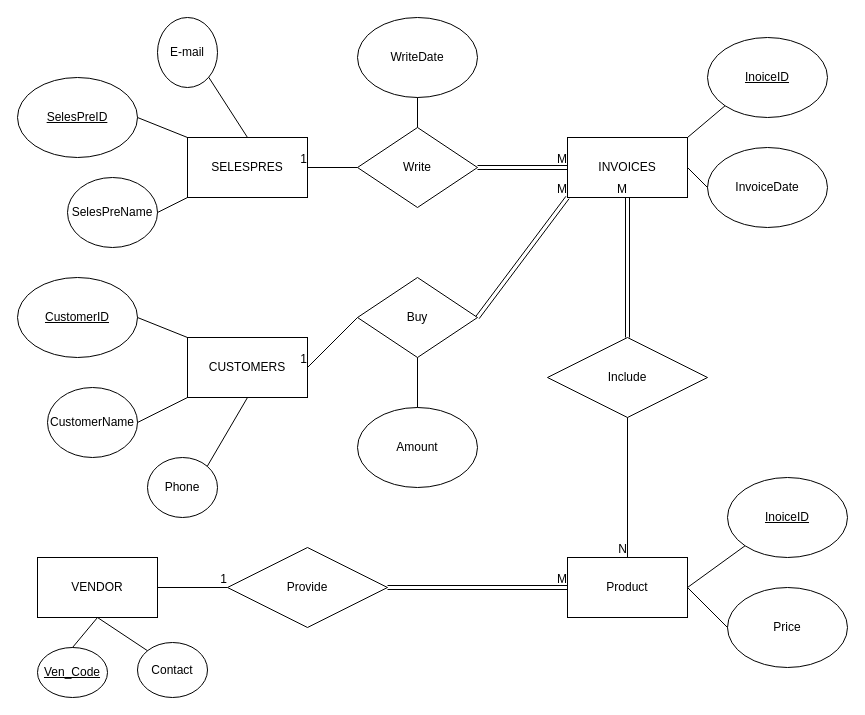
Earlier version of the draw.io diagram page "Bai1" (1 of 3) of 3rd semester/DBI202/Lab3.drawio (DuyDucLH/FPT-University). Source tidied: cells renumbered, new cells numbered last; positions are measured from the earlier drawing's top-left corner, leaving out a move shared by most shapes. Both pictures are drawn from the tidied source at 100%, with x=0, y=0 at pixel (17, 17).
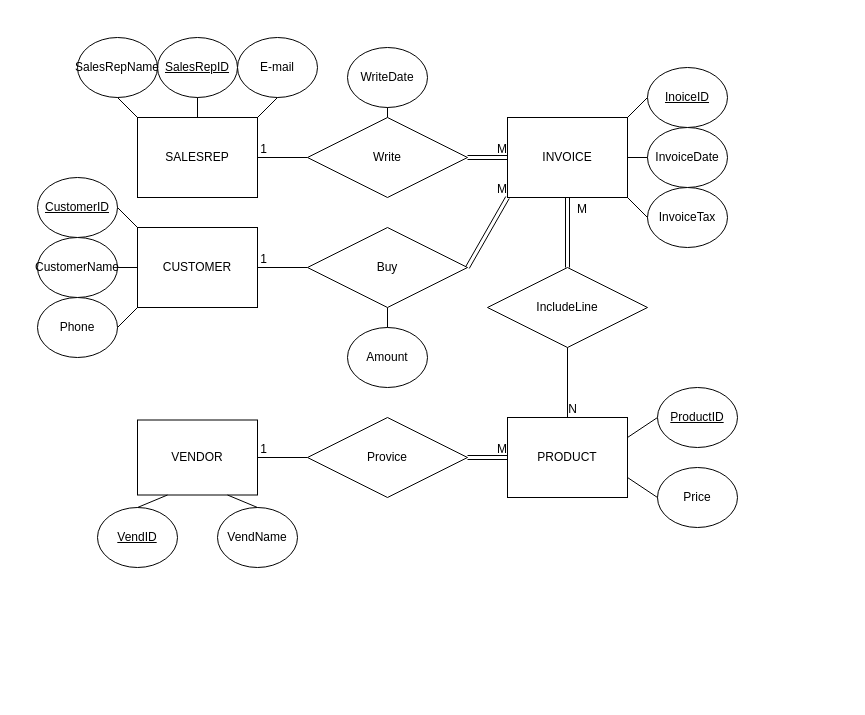
Above is the later version.

Unchanged cells that the change refers to:
```xml
<mxCell id="11" style="endArrow=none;html=1;rounded=0;entryX=1;entryY=0.5;entryDx=0;entryDy=0;exitX=0;exitY=0.5;exitDx=0;exitDy=0;" parent="1" edge="1" source="5" target="4">
  <mxGeometry relative="1" as="geometry" />
</mxCell>
<mxCell id="26" style="endArrow=none;html=1;rounded=0;entryX=1;entryY=0.5;entryDx=0;entryDy=0;exitX=0;exitY=0.5;exitDx=0;exitDy=0;" parent="1" edge="1" source="17" target="20">
  <mxGeometry relative="1" as="geometry" />
</mxCell>
<mxCell id="30" style="shape=link;html=1;rounded=0;entryX=0.5;entryY=1;entryDx=0;entryDy=0;exitX=0.5;exitY=0;exitDx=0;exitDy=0;" parent="1" edge="1" source="29" target="10">
  <mxGeometry relative="1" as="geometry" />
</mxCell>
```

The edit, as a diff of the source:
```diff
@@
-    <mxCell id="2" value="&lt;u&gt;SelesPreID&lt;/u&gt;" style="ellipse;whiteSpace=wrap;html=1;" parent="1" vertex="1">
-      <mxGeometry y="60" width="120" height="80" as="geometry" />
+    <mxCell id="2" value="&lt;u&gt;SalesRepID&lt;/u&gt;" style="ellipse;whiteSpace=wrap;html=1;" parent="1" vertex="1">
+      <mxGeometry x="140" y="20" width="80" height="60" as="geometry" />
     </mxCell>
-    <mxCell id="3" value="SelesPreName" style="ellipse;whiteSpace=wrap;html=1;" parent="1" vertex="1">
-      <mxGeometry x="50" y="160" width="90" height="70" as="geometry" />
+    <mxCell id="3" value="SalesRepName" style="ellipse;whiteSpace=wrap;html=1;" parent="1" vertex="1">
+      <mxGeometry x="60" y="20" width="80" height="60" as="geometry" />
     </mxCell>
-    <mxCell id="4" value="SELESPRES" style="rounded=0;whiteSpace=wrap;html=1;" parent="1" vertex="1">
-      <mxGeometry x="170" y="120" width="120" height="60" as="geometry" />
+    <mxCell id="4" value="SALESREP" style="rounded=0;whiteSpace=wrap;html=1;" parent="1" vertex="1">
+      <mxGeometry x="120" y="100" width="120" height="80" as="geometry" />
     </mxCell>
-    <mxCell id="5" value="Write" style="rhombus;whiteSpace=wrap;html=1;" parent="1" vertex="1">
-      <mxGeometry x="340" y="110" width="120" height="80" as="geometry" />
-    </mxCell>
     <mxCell id="6" value="WriteDate" style="ellipse;whiteSpace=wrap;html=1;" parent="1" vertex="1">
-      <mxGeometry x="340" width="120" height="80" as="geometry" />
+      <mxGeometry x="330" y="30" width="80" height="60" as="geometry" />
     </mxCell>
-    <mxCell id="7" style="endArrow=none;html=1;rounded=0;exitX=1;exitY=0.5;exitDx=0;exitDy=0;entryX=0;entryY=0;entryDx=0;entryDy=0;" parent="1" edge="1" source="2" target="4">
+    <mxCell id="7" style="endArrow=none;html=1;rounded=0;exitX=0.5;exitY=1;exitDx=0;exitDy=0;entryX=0.5;entryY=0;entryDx=0;entryDy=0;" parent="1" edge="1" source="2" target="4">
       <mxGeometry relative="1" as="geometry" />
     </mxCell>
-    <mxCell id="8" style="endArrow=none;html=1;rounded=0;exitX=1;exitY=0.5;exitDx=0;exitDy=0;entryX=0;entryY=1;entryDx=0;entryDy=0;" parent="1" edge="1" source="3" target="4">
+    <mxCell id="8" style="endArrow=none;html=1;rounded=0;exitX=0.5;exitY=1;exitDx=0;exitDy=0;entryX=0;entryY=0;entryDx=0;entryDy=0;" parent="1" edge="1" source="3" target="4">
       <mxGeometry relative="1" as="geometry" />
     </mxCell>
@@
-    <mxCell id="10" value="INVOICES" style="rounded=0;whiteSpace=wrap;html=1;" parent="1" vertex="1">
-      <mxGeometry x="550" y="120" width="120" height="60" as="geometry" />
+    <mxCell id="10" value="INVOICE" style="rounded=0;whiteSpace=wrap;html=1;" parent="1" vertex="1">
+      <mxGeometry x="490" y="100" width="120" height="80" as="geometry" />
     </mxCell>
@@
     <mxCell id="12" value="1" style="html=1;align=right;verticalAlign=bottom;" parent="11" vertex="1">
-      <mxGeometry x="1" relative="1" as="geometry" />
+      <mxGeometry x="1" relative="1" as="geometry">
+        <mxPoint x="10" as="offset" />
+      </mxGeometry>
     </mxCell>
@@
     <mxCell id="15" value="&lt;u&gt;InoiceID&lt;/u&gt;" style="ellipse;whiteSpace=wrap;html=1;" parent="1" vertex="1">
-      <mxGeometry x="690" y="20" width="120" height="80" as="geometry" />
+      <mxGeometry x="630" y="50" width="80" height="60" as="geometry" />
     </mxCell>
-    <mxCell id="16" style="endArrow=none;html=1;rounded=0;exitX=1;exitY=0;exitDx=0;exitDy=0;entryX=0;entryY=1;entryDx=0;entryDy=0;" parent="1" edge="1" source="10" target="15">
+    <mxCell id="16" style="endArrow=none;html=1;rounded=0;exitX=1;exitY=0;exitDx=0;exitDy=0;entryX=0;entryY=0.5;entryDx=0;entryDy=0;" parent="1" edge="1" source="10" target="15">
       <mxGeometry relative="1" as="geometry" />
     </mxCell>
-    <mxCell id="17" value="Buy" style="rhombus;whiteSpace=wrap;html=1;" parent="1" vertex="1">
-      <mxGeometry x="340" y="260" width="120" height="80" as="geometry" />
-    </mxCell>
@@
-    <mxCell id="20" value="CUSTOMERS" style="rounded=0;whiteSpace=wrap;html=1;" parent="1" vertex="1">
-      <mxGeometry x="170" y="320" width="120" height="60" as="geometry" />
+    <mxCell id="20" value="CUSTOMER" style="rounded=0;whiteSpace=wrap;html=1;" parent="1" vertex="1">
+      <mxGeometry x="120" y="210" width="120" height="80" as="geometry" />
     </mxCell>
     <mxCell id="21" value="&lt;u&gt;CustomerID&lt;/u&gt;" style="ellipse;whiteSpace=wrap;html=1;" parent="1" vertex="1">
-      <mxGeometry y="260" width="120" height="80" as="geometry" />
+      <mxGeometry x="20" y="160" width="80" height="60" as="geometry" />
     </mxCell>
     <mxCell id="22" value="CustomerName" style="ellipse;whiteSpace=wrap;html=1;" parent="1" vertex="1">
-      <mxGeometry x="30" y="370" width="90" height="70" as="geometry" />
+      <mxGeometry x="20" y="220" width="80" height="60" as="geometry" />
     </mxCell>
@@
-    <mxCell id="24" style="endArrow=none;html=1;rounded=0;exitX=1;exitY=0.5;exitDx=0;exitDy=0;entryX=0;entryY=1;entryDx=0;entryDy=0;" parent="1" edge="1" source="22" target="20">
+    <mxCell id="24" style="endArrow=none;html=1;rounded=0;exitX=1;exitY=0.5;exitDx=0;exitDy=0;entryX=0;entryY=0.5;entryDx=0;entryDy=0;" parent="1" edge="1" source="22" target="20">
       <mxGeometry relative="1" as="geometry" />
     </mxCell>
     <mxCell id="25" value="Amount" style="ellipse;whiteSpace=wrap;html=1;" parent="1" vertex="1">
-      <mxGeometry x="340" y="390" width="120" height="80" as="geometry" />
+      <mxGeometry x="330" y="310" width="80" height="60" as="geometry" />
     </mxCell>
@@
     <mxCell id="27" value="1" style="html=1;align=right;verticalAlign=bottom;" parent="26" vertex="1">
-      <mxGeometry x="1" relative="1" as="geometry" />
+      <mxGeometry x="1" relative="1" as="geometry">
+        <mxPoint x="10" as="offset" />
+      </mxGeometry>
     </mxCell>
@@
-    <mxCell id="29" value="Include" style="rhombus;whiteSpace=wrap;html=1;" parent="1" vertex="1">
-      <mxGeometry x="530" y="320" width="160" height="80" as="geometry" />
+    <mxCell id="29" value="IncludeLine" style="rhombus;whiteSpace=wrap;html=1;" parent="1" vertex="1">
+      <mxGeometry x="470" y="250" width="160" height="80" as="geometry" />
     </mxCell>
@@
     <mxCell id="31" value="M" style="html=1;align=right;verticalAlign=bottom;" parent="30" vertex="1">
-      <mxGeometry x="1" relative="1" as="geometry" />
+      <mxGeometry x="1" relative="1" as="geometry">
+        <mxPoint x="20" y="20" as="offset" />
+      </mxGeometry>
     </mxCell>
-    <mxCell id="32" style="endArrow=none;html=1;rounded=0;exitX=0.5;exitY=1;exitDx=0;exitDy=0;" parent="1" edge="1" source="29">
-      <mxGeometry relative="1" as="geometry">
-        <mxPoint x="610" y="540" as="targetPoint" />
-      </mxGeometry>
+    <mxCell id="32" style="endArrow=none;html=1;rounded=0;exitX=0.5;exitY=1;exitDx=0;exitDy=0;entryX=0.5;entryY=0;entryDx=0;entryDy=0;" parent="1" edge="1" source="29" target="34">
+      <mxGeometry relative="1" as="geometry" />
     </mxCell>
     <mxCell id="33" value="N" style="html=1;align=right;verticalAlign=bottom;" parent="32" vertex="1">
-      <mxGeometry x="1" relative="1" as="geometry" />
+      <mxGeometry x="1" relative="1" as="geometry">
+        <mxPoint x="10" as="offset" />
+      </mxGeometry>
     </mxCell>
-    <mxCell id="34" value="Product" style="rounded=0;whiteSpace=wrap;html=1;" parent="1" vertex="1">
-      <mxGeometry x="550" y="540" width="120" height="60" as="geometry" />
+    <mxCell id="34" value="PRODUCT" style="rounded=0;whiteSpace=wrap;html=1;" parent="1" vertex="1">
+      <mxGeometry x="490" y="400" width="120" height="80" as="geometry" />
     </mxCell>
-    <mxCell id="35" style="endArrow=none;html=1;rounded=0;exitX=1;exitY=0.5;exitDx=0;exitDy=0;entryX=0;entryY=1;entryDx=0;entryDy=0;" parent="1" edge="1" source="34" target="36">
+    <mxCell id="35" style="endArrow=none;html=1;rounded=0;exitX=1;exitY=0.25;exitDx=0;exitDy=0;entryX=0;entryY=0.5;entryDx=0;entryDy=0;" parent="1" edge="1" source="34" target="36">
       <mxGeometry relative="1" as="geometry" />
     </mxCell>
-    <mxCell id="36" value="&lt;u&gt;InoiceID&lt;/u&gt;" style="ellipse;whiteSpace=wrap;html=1;" parent="1" vertex="1">
-      <mxGeometry x="710" y="460" width="120" height="80" as="geometry" />
+    <mxCell id="36" value="&lt;u&gt;ProductID&lt;/u&gt;" style="ellipse;whiteSpace=wrap;html=1;" parent="1" vertex="1">
+      <mxGeometry x="640" y="370" width="80" height="60" as="geometry" />
     </mxCell>
-    <mxCell id="37" style="shape=link;html=1;rounded=0;entryX=0;entryY=0.5;entryDx=0;entryDy=0;exitX=1;exitY=0.5;exitDx=0;exitDy=0;" parent="1" edge="1" source="39" target="34">
+    <mxCell id="37" style="shape=link;html=1;rounded=0;entryX=0;entryY=0.5;entryDx=0;entryDy=0;exitX=1;exitY=0.5;exitDx=0;exitDy=0;" parent="1" edge="1" source="55" target="34">
       <mxGeometry relative="1" as="geometry" />
     </mxCell>
@@
-    <mxCell id="39" value="Provide" style="rhombus;whiteSpace=wrap;html=1;" parent="1" vertex="1">
-      <mxGeometry x="210" y="530" width="160" height="80" as="geometry" />
-    </mxCell>
-    <mxCell id="40" style="endArrow=none;html=1;rounded=0;entryX=0;entryY=0.5;entryDx=0;entryDy=0;" parent="1" edge="1" target="39">
-      <mxGeometry relative="1" as="geometry">
-        <mxPoint x="140" y="570" as="sourcePoint" />
-      </mxGeometry>
+    <mxCell id="40" style="endArrow=none;html=1;rounded=0;entryX=0;entryY=0.5;entryDx=0;entryDy=0;exitX=1;exitY=0.5;exitDx=0;exitDy=0;" parent="1" edge="1" source="42" target="55">
+      <mxGeometry relative="1" as="geometry" />
     </mxCell>
     <mxCell id="41" value="1" style="html=1;align=right;verticalAlign=bottom;" parent="40" vertex="1">
-      <mxGeometry x="1" relative="1" as="geometry" />
+      <mxGeometry x="1" relative="1" as="geometry">
+        <mxPoint x="-40" as="offset" />
+      </mxGeometry>
     </mxCell>
     <mxCell id="42" value="VENDOR" style="rounded=0;whiteSpace=wrap;html=1;" parent="1" vertex="1">
-      <mxGeometry x="20" y="540" width="120" height="60" as="geometry" />
+      <mxGeometry x="120" y="402.5" width="120" height="75" as="geometry" />
     </mxCell>
     <mxCell id="43" value="Phone" style="ellipse;whiteSpace=wrap;html=1;" parent="1" vertex="1">
-      <mxGeometry x="130" y="440" width="70" height="60" as="geometry" />
+      <mxGeometry x="20" y="280" width="80" height="60" as="geometry" />
     </mxCell>
-    <mxCell id="44" style="endArrow=none;html=1;rounded=0;exitX=1;exitY=0;exitDx=0;exitDy=0;entryX=0.5;entryY=1;entryDx=0;entryDy=0;" parent="1" edge="1" source="43" target="20">
+    <mxCell id="44" style="endArrow=none;html=1;rounded=0;exitX=1;exitY=0.5;exitDx=0;exitDy=0;entryX=0;entryY=1;entryDx=0;entryDy=0;" parent="1" edge="1" source="43" target="20">
       <mxGeometry relative="1" as="geometry" />
     </mxCell>
     <mxCell id="45" value="E-mail" style="ellipse;whiteSpace=wrap;html=1;" parent="1" vertex="1">
-      <mxGeometry x="140" width="60" height="70" as="geometry" />
+      <mxGeometry x="220" y="20" width="80" height="60" as="geometry" />
     </mxCell>
-    <mxCell id="46" style="endArrow=none;html=1;rounded=0;exitX=1;exitY=1;exitDx=0;exitDy=0;entryX=0.5;entryY=0;entryDx=0;entryDy=0;" parent="1" edge="1" source="45" target="4">
+    <mxCell id="46" style="endArrow=none;html=1;rounded=0;exitX=0.5;exitY=1;exitDx=0;exitDy=0;entryX=1;entryY=0;entryDx=0;entryDy=0;" parent="1" edge="1" source="45" target="4">
       <mxGeometry relative="1" as="geometry" />
     </mxCell>
-    <mxCell id="47" value="&lt;u&gt;Ven_Code&lt;/u&gt;" style="ellipse;whiteSpace=wrap;html=1;" parent="1" vertex="1">
-      <mxGeometry x="20" y="630" width="70" height="50" as="geometry" />
+    <mxCell id="47" value="&lt;u&gt;VendID&lt;/u&gt;" style="ellipse;whiteSpace=wrap;html=1;" parent="1" vertex="1">
+      <mxGeometry x="80" y="490" width="80" height="60" as="geometry" />
     </mxCell>
-    <mxCell id="48" style="endArrow=none;html=1;rounded=0;exitX=0.5;exitY=0;exitDx=0;exitDy=0;entryX=0.5;entryY=1;entryDx=0;entryDy=0;" parent="1" edge="1" source="47" target="42">
+    <mxCell id="48" style="endArrow=none;html=1;rounded=0;exitX=0.5;exitY=0;exitDx=0;exitDy=0;entryX=0.25;entryY=1;entryDx=0;entryDy=0;" parent="1" edge="1" source="47" target="42">
       <mxGeometry relative="1" as="geometry" />
     </mxCell>
-    <mxCell id="49" value="Contact" style="ellipse;whiteSpace=wrap;html=1;" parent="1" vertex="1">
-      <mxGeometry x="120" y="625" width="70" height="55" as="geometry" />
+    <mxCell id="49" value="VendName" style="ellipse;whiteSpace=wrap;html=1;" parent="1" vertex="1">
+      <mxGeometry x="200" y="490" width="80" height="60" as="geometry" />
     </mxCell>
-    <mxCell id="50" style="endArrow=none;html=1;rounded=0;exitX=0;exitY=0;exitDx=0;exitDy=0;entryX=0.5;entryY=1;entryDx=0;entryDy=0;" parent="1" edge="1" source="49" target="42">
+    <mxCell id="50" style="endArrow=none;html=1;rounded=0;exitX=0.5;exitY=0;exitDx=0;exitDy=0;entryX=0.75;entryY=1;entryDx=0;entryDy=0;" parent="1" edge="1" source="49" target="42">
       <mxGeometry relative="1" as="geometry" />
     </mxCell>
     <mxCell id="51" value="InvoiceDate" style="ellipse;whiteSpace=wrap;html=1;" parent="1" vertex="1">
-      <mxGeometry x="690" y="130" width="120" height="80" as="geometry" />
+      <mxGeometry x="630" y="110" width="80" height="60" as="geometry" />
     </mxCell>
@@
     <mxCell id="53" value="Price" style="ellipse;whiteSpace=wrap;html=1;" parent="1" vertex="1">
-      <mxGeometry x="710" y="570" width="120" height="80" as="geometry" />
+      <mxGeometry x="640" y="450" width="80" height="60" as="geometry" />
     </mxCell>
-    <mxCell id="54" style="endArrow=none;html=1;rounded=0;exitX=1;exitY=0.5;exitDx=0;exitDy=0;entryX=0;entryY=0.5;entryDx=0;entryDy=0;" parent="1" edge="1" source="34" target="53">
+    <mxCell id="54" style="endArrow=none;html=1;rounded=0;exitX=1;exitY=0.75;exitDx=0;exitDy=0;entryX=0;entryY=0.5;entryDx=0;entryDy=0;" parent="1" edge="1" source="34" target="53">
       <mxGeometry relative="1" as="geometry" />
     </mxCell>
+    <mxCell id="55" value="Provice" style="rhombus;whiteSpace=wrap;html=1;" parent="1" vertex="1">
+      <mxGeometry x="290" y="400" width="160" height="80" as="geometry" />
+    </mxCell>
+    <mxCell id="5" value="Write" style="rhombus;whiteSpace=wrap;html=1;" parent="1" vertex="1">
+      <mxGeometry x="290" y="100" width="160" height="80" as="geometry" />
+    </mxCell>
+    <mxCell id="17" value="Buy" style="rhombus;whiteSpace=wrap;html=1;rotation=0;" parent="1" vertex="1">
+      <mxGeometry x="290" y="210" width="160" height="80" as="geometry" />
+    </mxCell>
+    <mxCell id="56" value="InvoiceTax" style="ellipse;whiteSpace=wrap;html=1;" parent="1" vertex="1">
+      <mxGeometry x="630" y="170" width="80" height="60" as="geometry" />
+    </mxCell>
+    <mxCell id="57" style="endArrow=none;html=1;exitX=0;exitY=0.5;exitDx=0;exitDy=0;entryX=1;entryY=1;entryDx=0;entryDy=0;" parent="1" edge="1" source="56" target="10">
+      <mxGeometry relative="1" as="geometry" />
+    </mxCell>
```
